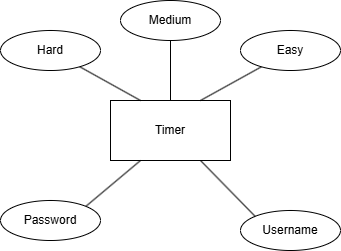
The draw.io diagram pazderao/images/Er-Diagram.png in koudelkaMatej/Maturitni_projekty_IT4, before a commit. Source tidied: cells renumbered, new cells last; positions are measured from the earlier drawing's top-left corner, leaving out a move shared by most shapes. The source it was exported from:
```xml
<mxGraphModel>
  <root>
    <mxCell id="0" />
    <mxCell id="1" parent="0" />
    <mxCell id="2" value="Timer" style="rounded=0;whiteSpace=wrap;html=1;" parent="1" vertex="1">
      <mxGeometry x="110" y="100" width="120" height="60" as="geometry" />
    </mxCell>
    <mxCell id="3" style="endArrow=none;html=1;rounded=0;exitX=0.25;exitY=1;exitDx=0;exitDy=0;entryX=1;entryY=0;entryDx=0;entryDy=0;" parent="1" edge="1" source="2" target="4">
      <mxGeometry relative="1" as="geometry" />
    </mxCell>
    <mxCell id="4" value="Password" style="ellipse;whiteSpace=wrap;html=1;align=center;" parent="1" vertex="1">
      <mxGeometry y="200" width="100" height="40" as="geometry" />
    </mxCell>
    <mxCell id="5" value="Username" style="ellipse;whiteSpace=wrap;html=1;align=center;" parent="1" vertex="1">
      <mxGeometry x="240" y="210" width="100" height="40" as="geometry" />
    </mxCell>
    <mxCell id="6" style="endArrow=none;html=1;rounded=0;exitX=0.75;exitY=1;exitDx=0;exitDy=0;entryX=0;entryY=0;entryDx=0;entryDy=0;" parent="1" edge="1" source="2" target="5">
      <mxGeometry relative="1" as="geometry" />
    </mxCell>
    <mxCell id="7" style="endArrow=none;html=1;rounded=0;exitX=0.75;exitY=0;exitDx=0;exitDy=0;" parent="1" edge="1" source="2" target="8">
      <mxGeometry relative="1" as="geometry" />
    </mxCell>
    <mxCell id="8" value="Easy" style="ellipse;whiteSpace=wrap;html=1;align=center;" parent="1" vertex="1">
      <mxGeometry x="240" y="30" width="100" height="40" as="geometry" />
    </mxCell>
    <mxCell id="9" style="endArrow=none;html=1;rounded=0;exitX=0.5;exitY=0;exitDx=0;exitDy=0;" parent="1" edge="1" source="2" target="10">
      <mxGeometry relative="1" as="geometry" />
    </mxCell>
    <mxCell id="10" value="Medium" style="ellipse;whiteSpace=wrap;html=1;align=center;" parent="1" vertex="1">
      <mxGeometry x="120" width="100" height="40" as="geometry" />
    </mxCell>
    <mxCell id="11" style="endArrow=none;html=1;rounded=0;exitX=0.25;exitY=0;exitDx=0;exitDy=0;" parent="1" edge="1" source="2" target="12">
      <mxGeometry relative="1" as="geometry" />
    </mxCell>
    <mxCell id="12" value="Hard" style="ellipse;whiteSpace=wrap;html=1;align=center;" parent="1" vertex="1">
      <mxGeometry y="30" width="100" height="40" as="geometry" />
    </mxCell>
  </root>
</mxGraphModel>
```
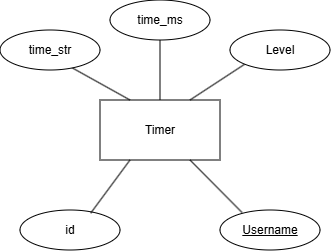
The same file after the commit.

Diff of the diagram source:
```diff
@@ -5,35 +5,37 @@
     <mxCell id="2" value="Timer" style="rounded=0;whiteSpace=wrap;html=1;" parent="1" vertex="1">
       <mxGeometry x="110" y="100" width="120" height="60" as="geometry" />
     </mxCell>
-    <mxCell id="3" style="endArrow=none;html=1;rounded=0;exitX=0.25;exitY=1;exitDx=0;exitDy=0;entryX=1;entryY=0;entryDx=0;entryDy=0;" parent="1" edge="1" source="2" target="4">
-      <mxGeometry relative="1" as="geometry" />
-    </mxCell>
-    <mxCell id="4" value="Password" style="ellipse;whiteSpace=wrap;html=1;align=center;" parent="1" vertex="1">
-      <mxGeometry y="200" width="100" height="40" as="geometry" />
-    </mxCell>
-    <mxCell id="5" value="Username" style="ellipse;whiteSpace=wrap;html=1;align=center;" parent="1" vertex="1">
-      <mxGeometry x="240" y="210" width="100" height="40" as="geometry" />
-    </mxCell>
-    <mxCell id="6" style="endArrow=none;html=1;rounded=0;exitX=0.75;exitY=1;exitDx=0;exitDy=0;entryX=0;entryY=0;entryDx=0;entryDy=0;" parent="1" edge="1" source="2" target="5">
+    <mxCell id="6" style="endArrow=none;html=1;rounded=0;exitX=0.75;exitY=1;exitDx=0;exitDy=0;entryX=0.221;entryY=0.064;entryDx=0;entryDy=0;entryPerimeter=0;" parent="1" edge="1" source="2" target="5">
       <mxGeometry relative="1" as="geometry" />
     </mxCell>
-    <mxCell id="7" style="endArrow=none;html=1;rounded=0;exitX=0.75;exitY=0;exitDx=0;exitDy=0;" parent="1" edge="1" source="2" target="8">
+    <mxCell id="7" style="endArrow=none;html=1;rounded=0;exitX=0.75;exitY=0;exitDx=0;exitDy=0;entryX=0;entryY=1;entryDx=0;entryDy=0;" parent="1" edge="1" source="2" target="13">
       <mxGeometry relative="1" as="geometry" />
     </mxCell>
-    <mxCell id="8" value="Easy" style="ellipse;whiteSpace=wrap;html=1;align=center;" parent="1" vertex="1">
-      <mxGeometry x="240" y="30" width="100" height="40" as="geometry" />
-    </mxCell>
-    <mxCell id="9" style="endArrow=none;html=1;rounded=0;exitX=0.5;exitY=0;exitDx=0;exitDy=0;" parent="1" edge="1" source="2" target="10">
+    <mxCell id="9" style="endArrow=none;html=1;rounded=0;exitX=0.5;exitY=0;exitDx=0;exitDy=0;entryX=0.5;entryY=1;entryDx=0;entryDy=0;" parent="1" edge="1" source="2" target="14">
       <mxGeometry relative="1" as="geometry" />
     </mxCell>
-    <mxCell id="10" value="Medium" style="ellipse;whiteSpace=wrap;html=1;align=center;" parent="1" vertex="1">
-      <mxGeometry x="120" width="100" height="40" as="geometry" />
-    </mxCell>
-    <mxCell id="11" style="endArrow=none;html=1;rounded=0;exitX=0.25;exitY=0;exitDx=0;exitDy=0;" parent="1" edge="1" source="2" target="12">
-      <mxGeometry relative="1" as="geometry" />
+    <mxCell id="11" style="endArrow=none;html=1;rounded=0;exitX=0.25;exitY=0;exitDx=0;exitDy=0;" parent="1" edge="1" source="2">
+      <mxGeometry relative="1" as="geometry">
+        <mxPoint x="79.3" y="66.2" as="targetPoint" />
+      </mxGeometry>
     </mxCell>
-    <mxCell id="12" value="Hard" style="ellipse;whiteSpace=wrap;html=1;align=center;" parent="1" vertex="1">
-      <mxGeometry y="30" width="100" height="40" as="geometry" />
-    </mxCell>
+    <mxCell id="5" value="Username" style="ellipse;whiteSpace=wrap;html=1;align=center;fontStyle=4;" parent="1" vertex="1">
+      <mxGeometry x="230" y="210" width="100" height="40" as="geometry" />
+    </mxCell>
+    <mxCell id="13" value="Level" style="ellipse;whiteSpace=wrap;html=1;align=center;" parent="1" vertex="1">
+      <mxGeometry x="240" y="30" width="100" height="40" as="geometry" />
+    </mxCell>
+    <mxCell id="14" value="time_ms" style="ellipse;whiteSpace=wrap;html=1;align=center;" parent="1" vertex="1">
+      <mxGeometry x="120" width="100" height="40" as="geometry" />
+    </mxCell>
+    <mxCell id="15" value="time_str" style="ellipse;whiteSpace=wrap;html=1;align=center;" parent="1" vertex="1">
+      <mxGeometry x="10" y="30" width="100" height="40" as="geometry" />
+    </mxCell>
+    <mxCell id="16" value="id" style="ellipse;whiteSpace=wrap;html=1;align=center;" parent="1" vertex="1">
+      <mxGeometry x="30" y="210" width="100" height="40" as="geometry" />
+    </mxCell>
+    <mxCell id="17" style="endArrow=none;html=1;rounded=0;exitX=0.25;exitY=1;exitDx=0;exitDy=0;entryX=0.707;entryY=0.079;entryDx=0;entryDy=0;entryPerimeter=0;" parent="1" edge="1" source="2" target="16">
+      <mxGeometry relative="1" as="geometry" />
+    </mxCell>
   </root>
 </mxGraphModel>
```
